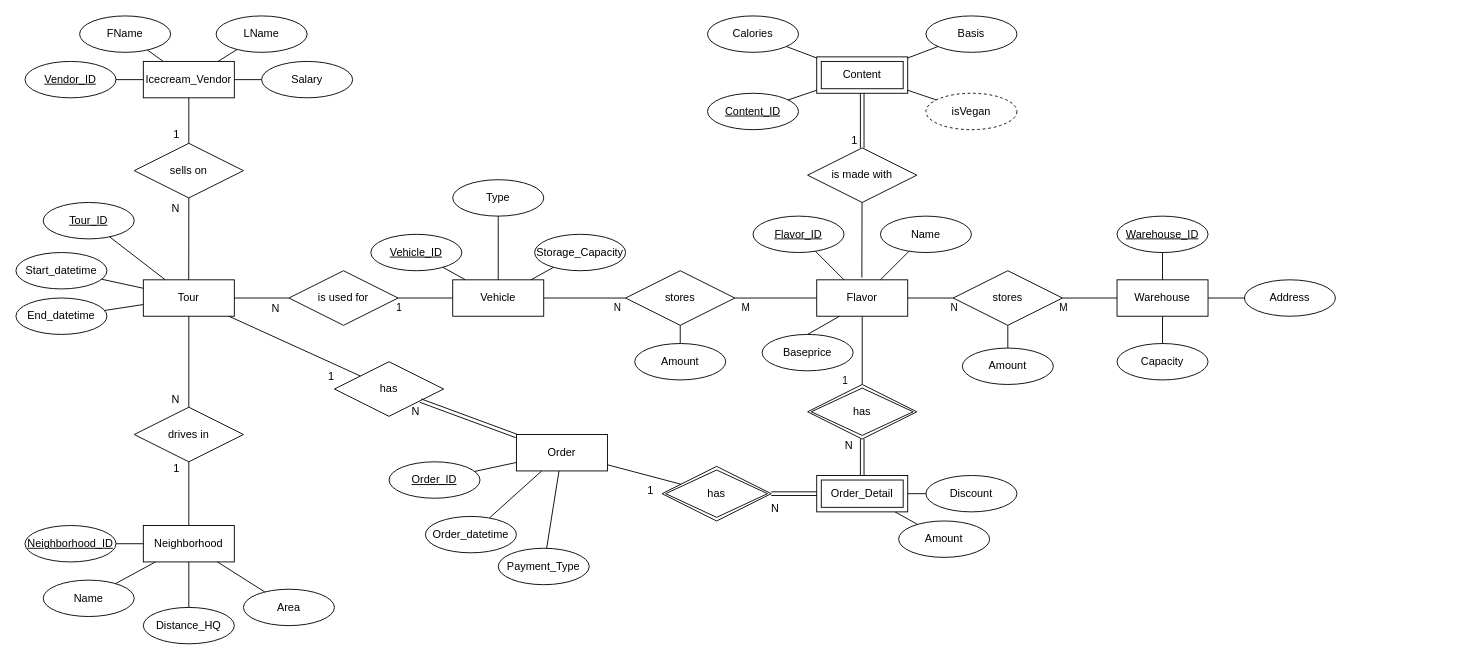
The draw.io diagram doc/ER diagramm/final.drawio in AmosDinh/IceCreamEmpire_S4, before the edit. Source tidied: cells renumbered, new cells numbered last; positions are measured from the earlier drawing's top-left corner, leaving out a move shared by most shapes. Both pictures are drawn from the tidied source at 91%, with x=0, y=0 at pixel (15, 15).
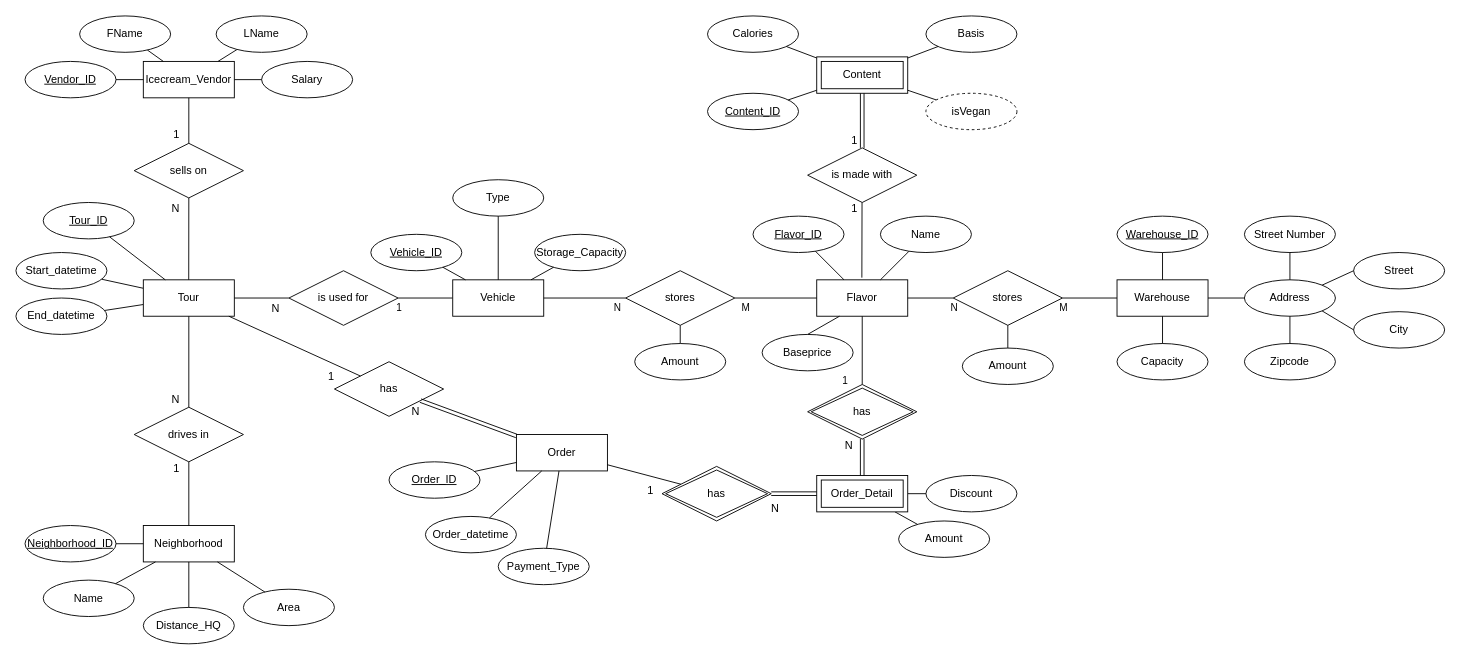
Above is the later version.

Unchanged cells that the change refers to:
```xml
<mxCell id="119" value="Address" style="ellipse;whiteSpace=wrap;html=1;align=center;" parent="1" vertex="1">
  <mxGeometry x="1350" y="290" width="100" height="40" as="geometry" />
</mxCell>
```

Change to the diagram source:
```diff
@@
+    <mxCell id="121" value="Street Number" style="ellipse;whiteSpace=wrap;html=1;align=center;" parent="1" vertex="1">
+      <mxGeometry x="1350" y="220" width="100" height="40" as="geometry" />
+    </mxCell>
+    <mxCell id="122" value="Street" style="ellipse;whiteSpace=wrap;html=1;align=center;" parent="1" vertex="1">
+      <mxGeometry x="1470" y="260" width="100" height="40" as="geometry" />
+    </mxCell>
+    <mxCell id="123" value="Zipcode" style="ellipse;whiteSpace=wrap;html=1;align=center;" parent="1" vertex="1">
+      <mxGeometry x="1350" y="360" width="100" height="40" as="geometry" />
+    </mxCell>
+    <mxCell id="124" value="City" style="ellipse;whiteSpace=wrap;html=1;align=center;" parent="1" vertex="1">
+      <mxGeometry x="1470" y="325" width="100" height="40" as="geometry" />
+    </mxCell>
+    <mxCell id="125" style="edgeStyle=none;rounded=0;jettySize=auto;html=1;endArrow=none;endFill=0;entryX=0.5;entryY=1;entryDx=0;entryDy=0;exitX=0.5;exitY=0;exitDx=0;exitDy=0;" parent="1" edge="1" source="123" target="119">
+      <mxGeometry relative="1" as="geometry" />
+    </mxCell>
+    <mxCell id="126" style="edgeStyle=none;rounded=0;jettySize=auto;html=1;endArrow=none;endFill=0;entryX=1;entryY=1;entryDx=0;entryDy=0;exitX=0;exitY=0.5;exitDx=0;exitDy=0;" parent="1" edge="1" source="124" target="119">
+      <mxGeometry relative="1" as="geometry" />
+    </mxCell>
+    <mxCell id="127" style="edgeStyle=none;rounded=0;jettySize=auto;html=1;endArrow=none;endFill=0;entryX=0.5;entryY=0;entryDx=0;entryDy=0;exitX=0.5;exitY=1;exitDx=0;exitDy=0;" parent="1" edge="1" source="121" target="119">
+      <mxGeometry relative="1" as="geometry" />
+    </mxCell>
+    <mxCell id="128" style="edgeStyle=none;rounded=0;jettySize=auto;html=1;endArrow=none;endFill=0;entryX=1;entryY=0;entryDx=0;entryDy=0;exitX=0;exitY=0.5;exitDx=0;exitDy=0;" parent="1" edge="1" source="122" target="119">
+      <mxGeometry relative="1" as="geometry" />
+    </mxCell>
+    <mxCell id="129" value="1" style="html=1;align=right;verticalAlign=bottom;" parent="1" vertex="1">
+      <mxGeometry x="925" y="220" as="geometry" />
+    </mxCell>
```
